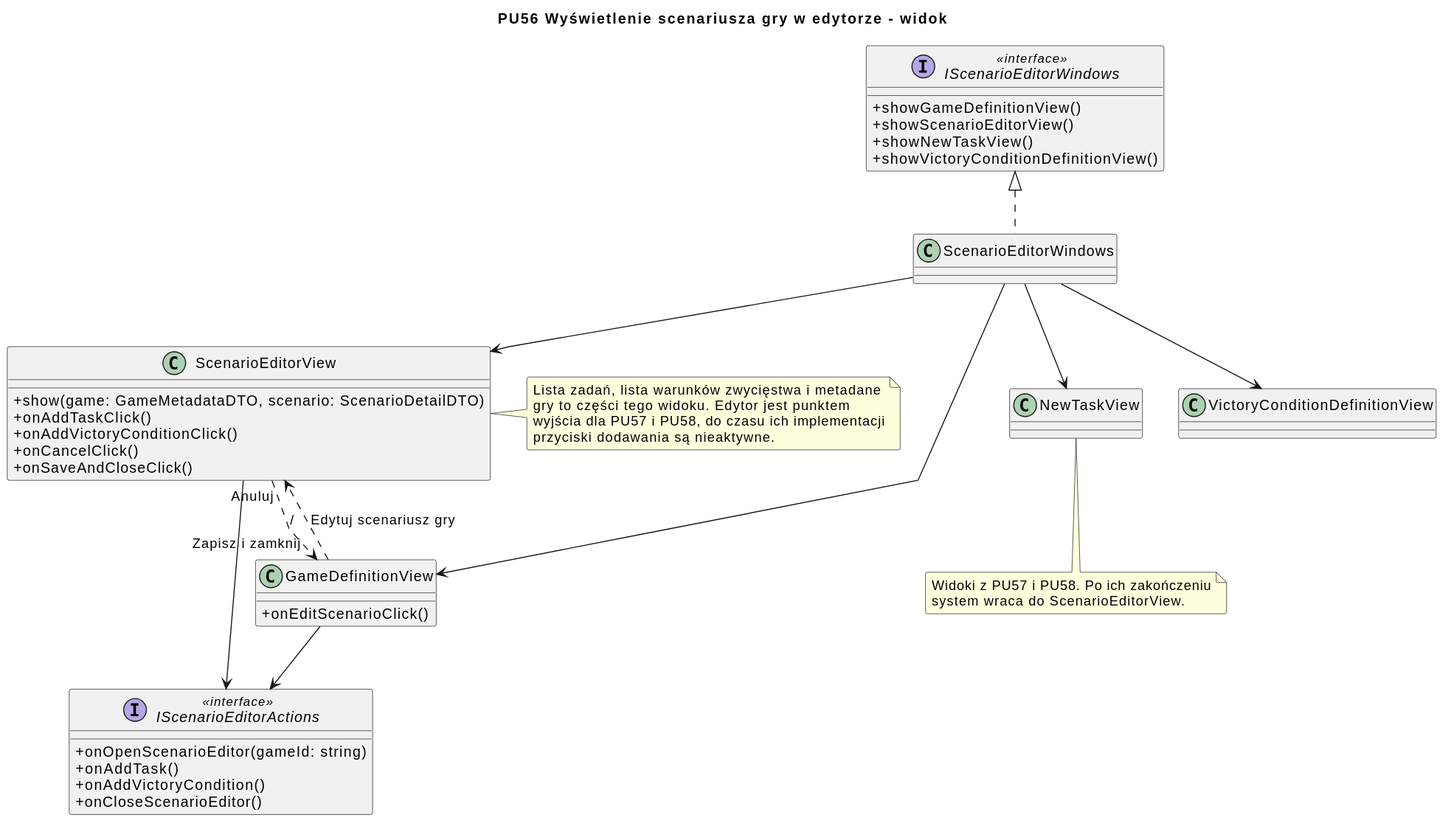
Igor-Ochocki/POP-2026Z keeps this PlantUML diagram as diagrams/frontend/rendered/scenario-editor-view.svg. Above is the earlier version. The source it was exported from:
```plantuml
@startuml
skinparam classAttributeIconSize 0
skinparam packageStyle rectangle
skinparam shadowing false
skinparam roundcorner 4
skinparam linetype polyline

title PU56 Wyświetlenie scenariusza gry w edytorze - widok

class GameDefinitionView {
    + onEditScenarioClick()
}

class ScenarioEditorView {
    + show(game: GameMetadataDTO, scenario: ScenarioDetailDTO)
    + onAddTaskClick()
    + onAddVictoryConditionClick()
    + onCancelClick()
    + onSaveAndCloseClick()
}

class NewTaskView
class VictoryConditionDefinitionView

interface IScenarioEditorActions <<interface>> {
    + onOpenScenarioEditor(gameId: string)
    + onAddTask()
    + onAddVictoryCondition()
    + onCloseScenarioEditor()
}

GameDefinitionView --> IScenarioEditorActions
ScenarioEditorView --> IScenarioEditorActions

interface IScenarioEditorWindows <<interface>> {
    + showGameDefinitionView()
    + showScenarioEditorView()
    + showNewTaskView()
    + showVictoryConditionDefinitionView()
}

class ScenarioEditorWindows

ScenarioEditorWindows .u.|> IScenarioEditorWindows

ScenarioEditorWindows --> GameDefinitionView
ScenarioEditorWindows --> ScenarioEditorView
ScenarioEditorWindows --> NewTaskView
ScenarioEditorWindows --> VictoryConditionDefinitionView

GameDefinitionView ..> ScenarioEditorView : "Edytuj scenariusz gry"
ScenarioEditorView ..> GameDefinitionView : "Anuluj" / "Zapisz i zamknij"

note right of ScenarioEditorView
    Lista zadań, lista warunków zwycięstwa i metadane
    gry to części tego widoku. Edytor jest punktem
    wyjścia dla PU57 i PU58, do czasu ich implementacji
    przyciski dodawania są nieaktywne.
end note

note bottom of NewTaskView
    Widoki z PU57 i PU58. Po ich zakończeniu
    system wraca do ScenarioEditorView.
end note
@enduml
```
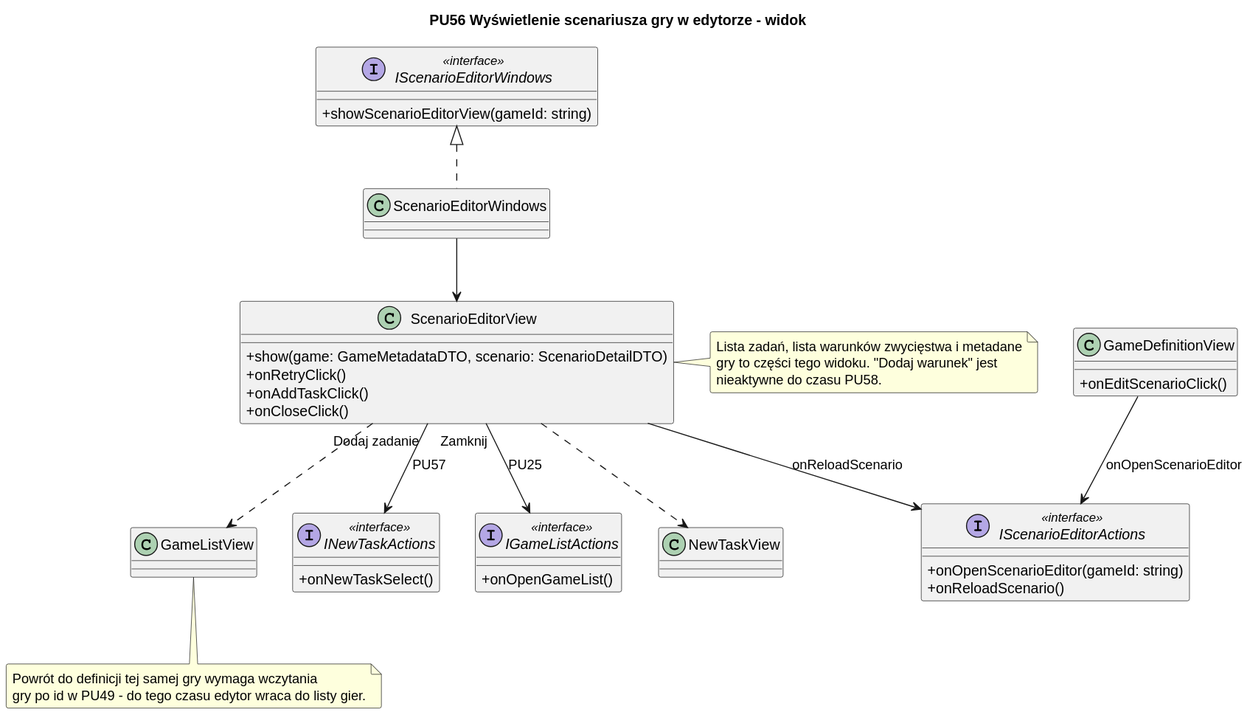
The same diagram one commit later.

Change to the diagram source:
```diff
@@ -13,53 +13,52 @@
 
 class ScenarioEditorView {
     + show(game: GameMetadataDTO, scenario: ScenarioDetailDTO)
+    + onRetryClick()
     + onAddTaskClick()
-    + onAddVictoryConditionClick()
-    + onCancelClick()
-    + onSaveAndCloseClick()
+    + onCloseClick()
 }
 
 class NewTaskView
-class VictoryConditionDefinitionView
+class GameListView
 
 interface IScenarioEditorActions <<interface>> {
     + onOpenScenarioEditor(gameId: string)
-    + onAddTask()
-    + onAddVictoryCondition()
-    + onCloseScenarioEditor()
+    + onReloadScenario()
 }
 
-GameDefinitionView --> IScenarioEditorActions
-ScenarioEditorView --> IScenarioEditorActions
+interface INewTaskActions <<interface>> {
+    + onNewTaskSelect()
+}
+
+interface IGameListActions <<interface>> {
+    + onOpenGameList()
+}
 
 interface IScenarioEditorWindows <<interface>> {
-    + showGameDefinitionView()
-    + showScenarioEditorView()
-    + showNewTaskView()
-    + showVictoryConditionDefinitionView()
+    + showScenarioEditorView(gameId: string)
 }
 
 class ScenarioEditorWindows
 
+GameDefinitionView --> IScenarioEditorActions : onOpenScenarioEditor
+ScenarioEditorView --> IScenarioEditorActions : onReloadScenario
+ScenarioEditorView --> INewTaskActions : "Dodaj zadanie" (PU57)
+ScenarioEditorView --> IGameListActions : "Zamknij" (PU25)
+
 ScenarioEditorWindows .u.|> IScenarioEditorWindows
+ScenarioEditorWindows --> ScenarioEditorView
 
-ScenarioEditorWindows --> GameDefinitionView
-ScenarioEditorWindows --> ScenarioEditorView
-ScenarioEditorWindows --> NewTaskView
-ScenarioEditorWindows --> VictoryConditionDefinitionView
-
-GameDefinitionView ..> ScenarioEditorView : "Edytuj scenariusz gry"
-ScenarioEditorView ..> GameDefinitionView : "Anuluj" / "Zapisz i zamknij"
+ScenarioEditorView ..> NewTaskView
+ScenarioEditorView ..> GameListView
 
 note right of ScenarioEditorView
     Lista zadań, lista warunków zwycięstwa i metadane
-    gry to części tego widoku. Edytor jest punktem
-    wyjścia dla PU57 i PU58, do czasu ich implementacji
-    przyciski dodawania są nieaktywne.
+    gry to części tego widoku. "Dodaj warunek" jest
+    nieaktywne do czasu PU58.
 end note
 
-note bottom of NewTaskView
-    Widoki z PU57 i PU58. Po ich zakończeniu
-    system wraca do ScenarioEditorView.
+note bottom of GameListView
+    Powrót do definicji tej samej gry wymaga wczytania
+    gry po id w PU49 - do tego czasu edytor wraca do listy gier.
 end note
 @enduml
```
